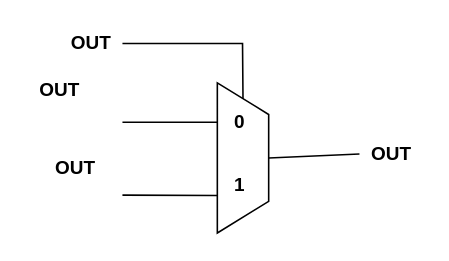
zeandon/draw.io keeps this draw.io diagram as 2to1.drawio. Above is the earlier version. Source tidied: cells renumbered, new cells numbered last; positions are measured from the earlier drawing's top-left corner, leaving out a move shared by most shapes. Both pictures are drawn from the tidied source at 158%, with x=0, y=0 at pixel (27, 27).
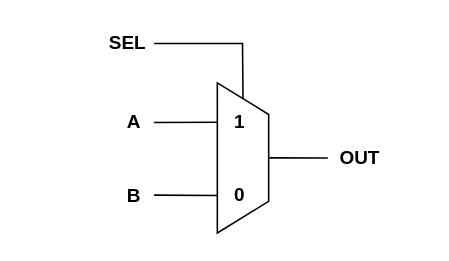
The same diagram, later.

The edit, as a diff of the source:
```diff
@@
 <mxGraphModel>
   <root>
     <mxCell id="0" />
     <mxCell id="1" parent="0" />
     <mxCell id="2" style="shape=trapezoid;perimeter=trapezoidPerimeter;whiteSpace=wrap;html=1;fixedSize=1;rotation=90;" parent="1" vertex="1">
       <mxGeometry x="88.8" y="66.2" width="95" height="32.5" as="geometry" />
     </mxCell>
     <mxCell id="3" style="endArrow=none;html=1;rounded=0;entryX=0.75;entryY=1;entryDx=0;entryDy=0;" parent="1" edge="1" target="2">
       <mxGeometry relative="1" as="geometry">
-        <mxPoint x="60" y="106" as="sourcePoint" />
+        <mxPoint x="80" y="106" as="sourcePoint" />
       </mxGeometry>
     </mxCell>
-    <mxCell id="4" style="endArrow=none;html=1;rounded=0;exitX=0.5;exitY=0;exitDx=0;exitDy=0;" parent="1" edge="1" source="2">
-      <mxGeometry relative="1" as="geometry">
-        <mxPoint x="210" y="80" as="targetPoint" />
-      </mxGeometry>
-    </mxCell>
     <mxCell id="5" style="endArrow=none;html=1;rounded=0;exitX=0;exitY=0.5;exitDx=0;exitDy=0;" parent="1" edge="1" source="2">
       <mxGeometry relative="1" as="geometry">
-        <mxPoint x="60" y="10" as="targetPoint" />
+        <mxPoint x="80" y="10" as="targetPoint" />
         <Array as="points">
           <mxPoint x="136" y="10" />
         </Array>
       </mxGeometry>
     </mxCell>
     <mxCell id="6" value="OUT" style="text;strokeColor=none;fillColor=none;html=1;fontSize=12;fontStyle=1;verticalAlign=middle;align=center;" parent="1" vertex="1">
-      <mxGeometry x="210" y="70" width="40" height="20" as="geometry" />
+      <mxGeometry x="190" y="72.5" width="40" height="20" as="geometry" />
     </mxCell>
-    <mxCell id="7" value="OUT" style="text;strokeColor=none;fillColor=none;html=1;fontSize=12;fontStyle=1;verticalAlign=middle;align=center;" parent="1" vertex="1">
-      <mxGeometry x="20" width="40" height="20" as="geometry" />
+    <mxCell id="7" value="SEL" style="text;strokeColor=none;fillColor=none;html=1;fontSize=12;fontStyle=1;verticalAlign=middle;align=center;" parent="1" vertex="1">
+      <mxGeometry x="43" width="40" height="20" as="geometry" />
     </mxCell>
-    <mxCell id="8" value="OUT" style="text;strokeColor=none;fillColor=none;html=1;fontSize=12;fontStyle=1;verticalAlign=middle;align=center;" parent="1" vertex="1">
-      <mxGeometry y="30" width="40" height="20" as="geometry" />
+    <mxCell id="8" value="A" style="text;strokeColor=none;fillColor=none;html=1;fontSize=12;fontStyle=1;verticalAlign=middle;align=center;" parent="1" vertex="1">
+      <mxGeometry x="47" y="50.2" width="40" height="20" as="geometry" />
     </mxCell>
-    <mxCell id="9" value="OUT" style="text;strokeColor=none;fillColor=none;html=1;fontSize=12;fontStyle=1;verticalAlign=middle;align=center;" parent="1" vertex="1">
-      <mxGeometry x="10" y="78.8" width="40" height="20" as="geometry" />
+    <mxCell id="9" value="B" style="text;strokeColor=none;fillColor=none;html=1;fontSize=12;fontStyle=1;verticalAlign=middle;align=center;" parent="1" vertex="1">
+      <mxGeometry x="47" y="96.5" width="40" height="20" as="geometry" />
     </mxCell>
-    <mxCell id="10" value="0" style="text;strokeColor=none;fillColor=none;html=1;fontSize=12;fontStyle=1;verticalAlign=middle;align=center;" parent="1" vertex="1">
+    <mxCell id="10" value="1" style="text;strokeColor=none;fillColor=none;html=1;fontSize=12;fontStyle=1;verticalAlign=middle;align=center;" parent="1" vertex="1">
       <mxGeometry x="114" y="50" width="40" height="20" as="geometry" />
     </mxCell>
-    <mxCell id="11" value="1" style="text;strokeColor=none;fillColor=none;html=1;fontSize=12;fontStyle=1;verticalAlign=middle;align=center;" parent="1" vertex="1">
-      <mxGeometry x="114" y="90" width="40" height="20" as="geometry" />
+    <mxCell id="11" value="0" style="text;strokeColor=none;fillColor=none;html=1;fontSize=12;fontStyle=1;verticalAlign=middle;align=center;" parent="1" vertex="1">
+      <mxGeometry x="114" y="96" width="40" height="20" as="geometry" />
     </mxCell>
     <mxCell id="12" style="endArrow=none;html=1;rounded=0;entryX=0.75;entryY=1;entryDx=0;entryDy=0;" parent="1" edge="1">
       <mxGeometry relative="1" as="geometry">
-        <mxPoint x="60" y="59.9" as="sourcePoint" />
+        <mxPoint x="80" y="60" as="sourcePoint" />
         <mxPoint x="120" y="59.9" as="targetPoint" />
       </mxGeometry>
     </mxCell>
+    <mxCell id="13" style="endArrow=none;html=1;rounded=0;entryX=0;entryY=0.5;entryDx=0;entryDy=0;" parent="1" edge="1" target="6">
+      <mxGeometry relative="1" as="geometry">
+        <mxPoint x="153" y="82.4" as="sourcePoint" />
+      </mxGeometry>
+    </mxCell>
   </root>
 </mxGraphModel>
```
